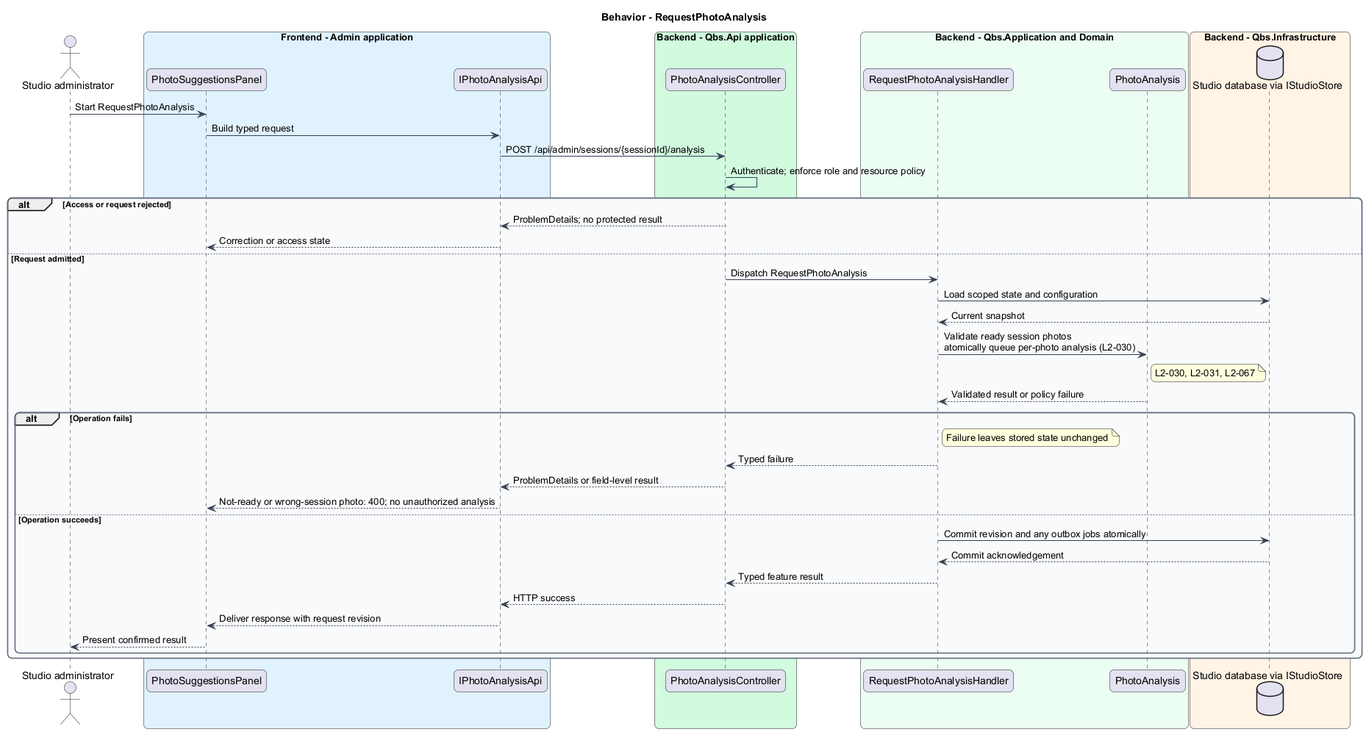
Above: docs/detailed-designs/session-photos/suggest-promising-photos/diagrams/sequence-request-photo-analysis.png in QuinntyneBrown/quinntyne-brown-studio (PlantUML), before the change. The source it was exported from:
```plantuml
@startuml
skinparam backgroundColor #FFFFFF
skinparam shadowing false
skinparam roundcorner 12
skinparam defaultFontName Arial
skinparam ArrowColor #344054
skinparam rectangle {
  BorderColor #344054
  FontColor #101828
}
skinparam package {
  BorderColor #667085
  FontColor #101828
  BackgroundColor #F9FAFB
}
title Behavior - RequestPhotoAnalysis
actor "Studio administrator" as actor
box "Frontend - Admin application" #E0F2FE
 participant "PhotoSuggestionsPanel" as page
 participant "IPhotoAnalysisApi" as client
end box
box "Backend - Qbs.Api application" #D1FADF
 participant "PhotoAnalysisController" as controller
end box
box "Backend - Qbs.Application and Domain" #ECFDF3
 participant "RequestPhotoAnalysisHandler" as handler
 participant "PhotoAnalysis" as entity
end box
box "Backend - Qbs.Infrastructure" #FFF4E5
 database "Studio database via IStudioStore" as db
end box
actor -> page : Start RequestPhotoAnalysis
page -> client : Build typed request
client -> controller : POST /api/admin/sessions/{sessionId}/analysis
controller -> controller : Authenticate; enforce role and resource policy
alt Access or request rejected
controller --> client : ProblemDetails; no protected result
client --> page : Correction or access state
else Request admitted
controller -> handler : Dispatch RequestPhotoAnalysis
handler -> db : Load scoped state and configuration
db --> handler : Current snapshot
handler -> entity : Validate ready session photos\natomically queue per-photo analysis (L2-030)
note right of entity
L2-030, L2-031, L2-067
end note
entity --> handler : Validated result or policy failure
alt Operation fails
note right of handler : Failure leaves stored state unchanged
handler --> controller : Typed failure
controller --> client : ProblemDetails or field-level result
client --> page : Not-ready or wrong-session photo: 400; no unauthorized analysis
else Operation succeeds
handler -> db : Commit revision and any outbox jobs atomically
db --> handler : Commit acknowledgement
handler --> controller : Typed feature result
controller --> client : HTTP success
client --> page : Deliver response with request revision
page --> actor : Present confirmed result
end
end
@enduml
```
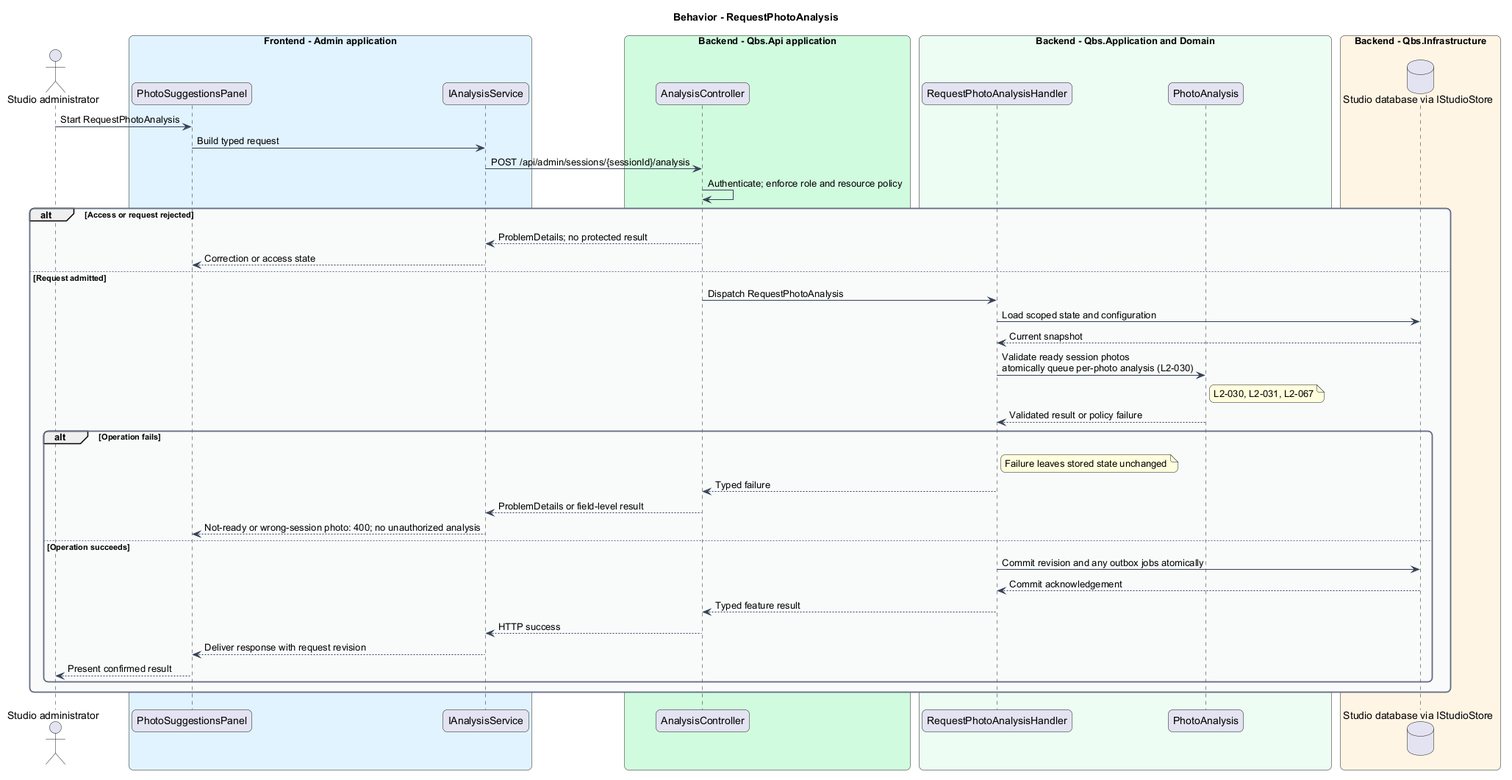
After the change.

Change to the diagram source:
```diff
@@ -17,10 +17,10 @@
 actor "Studio administrator" as actor
 box "Frontend - Admin application" #E0F2FE
  participant "PhotoSuggestionsPanel" as page
- participant "IPhotoAnalysisApi" as client
+ participant "IAnalysisService" as client
 end box
 box "Backend - Qbs.Api application" #D1FADF
- participant "PhotoAnalysisController" as controller
+ participant "AnalysisController" as controller
 end box
 box "Backend - Qbs.Application and Domain" #ECFDF3
  participant "RequestPhotoAnalysisHandler" as handler
```
